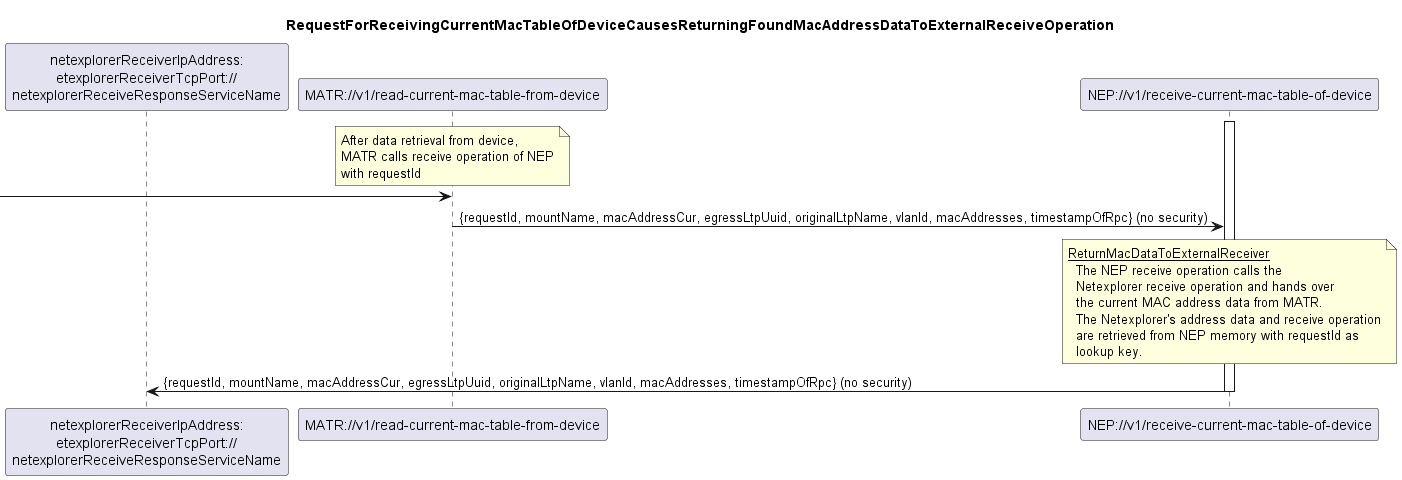
Above: spec/diagrams/003_ReceiveCurrentMacTableOfDevice.png in openBackhaul/NetExplorerProxy (PlantUML), before the change. The source it was exported from:
```plantuml
@startuml 003_ReceiveCurrentMacTableOfDevice
skinparam responseMessageBelowArrow true

title
  RequestForReceivingCurrentMacTableOfDeviceCausesReturningFoundMacAddressDataToExternalReceiveOperation
end title


participant "netexplorerReceiverIpAddress:\netexplorerReceiverTcpPort://\nnetexplorerReceiveResponseServiceName" as receiver
participant "MATR://v1/read-current-mac-table-from-device" as matr
participant "NEP://v1/receive-current-mac-table-of-device" as nep

activate nep

note over matr
  After data retrieval from device,
  MATR calls receive operation of NEP
  with requestId
end note
[-> matr
matr -> nep: {requestId, mountName, macAddressCur, egressLtpUuid, originalLtpName, vlanId, macAddresses, timestampOfRpc} (no security)


note over nep
  <u>ReturnMacDataToExternalReceiver</u>
    The NEP receive operation calls the
    Netexplorer receive operation and hands over
    the current MAC address data from MATR.
    The Netexplorer's address data and receive operation
    are retrieved from NEP memory with requestId as
    lookup key.
end note
nep -> receiver: {requestId, mountName, macAddressCur, egressLtpUuid, originalLtpName, vlanId, macAddresses, timestampOfRpc} (no security)


deactivate nep


@enduml
```
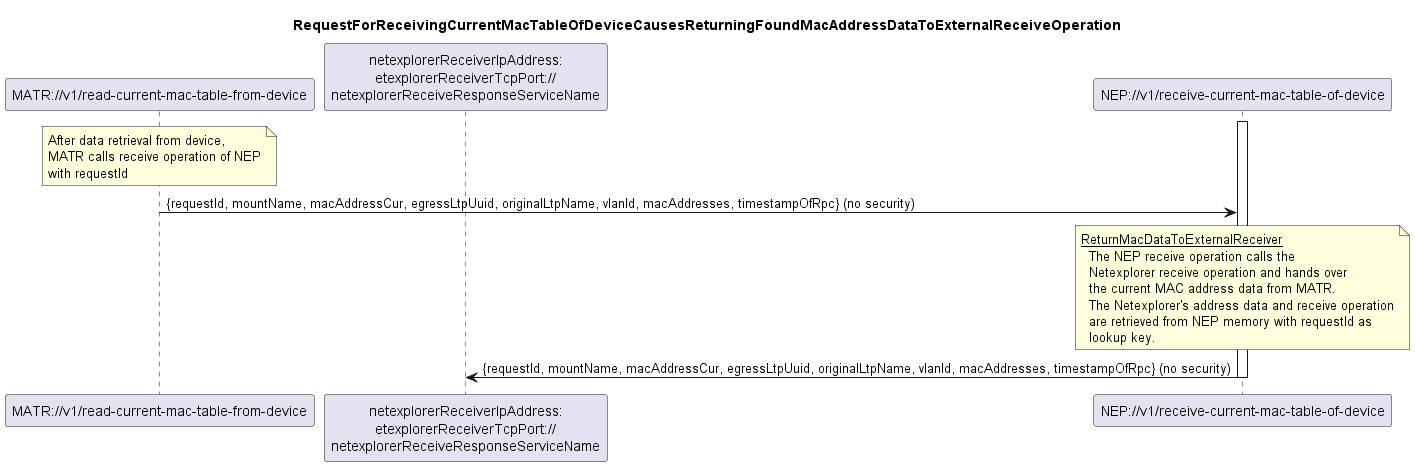
After the change.

Diff of the diagram source:
```diff
@@ -5,9 +5,8 @@
   RequestForReceivingCurrentMacTableOfDeviceCausesReturningFoundMacAddressDataToExternalReceiveOperation
 end title
 
-
+participant "MATR://v1/read-current-mac-table-from-device" as matr
 participant "netexplorerReceiverIpAddress:\netexplorerReceiverTcpPort://\nnetexplorerReceiveResponseServiceName" as receiver
-participant "MATR://v1/read-current-mac-table-from-device" as matr
 participant "NEP://v1/receive-current-mac-table-of-device" as nep
 
 activate nep
@@ -17,7 +16,6 @@
   MATR calls receive operation of NEP
   with requestId
 end note
-[-> matr
 matr -> nep: {requestId, mountName, macAddressCur, egressLtpUuid, originalLtpName, vlanId, macAddresses, timestampOfRpc} (no security)
 
 
```
